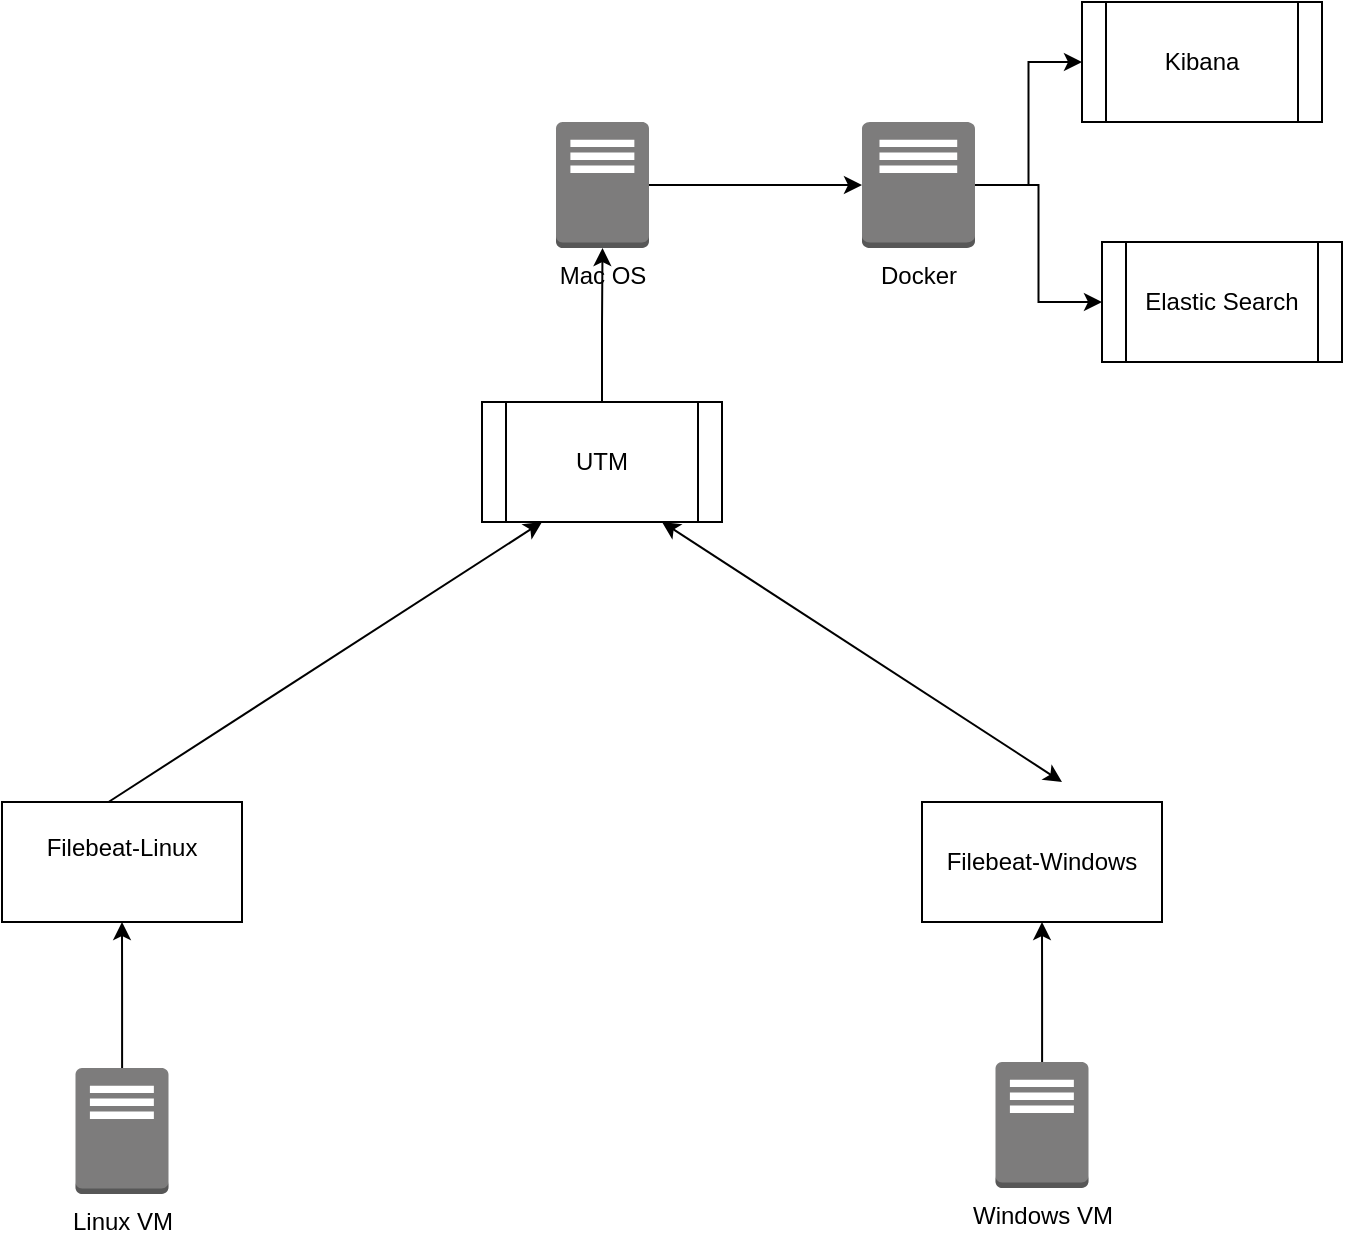
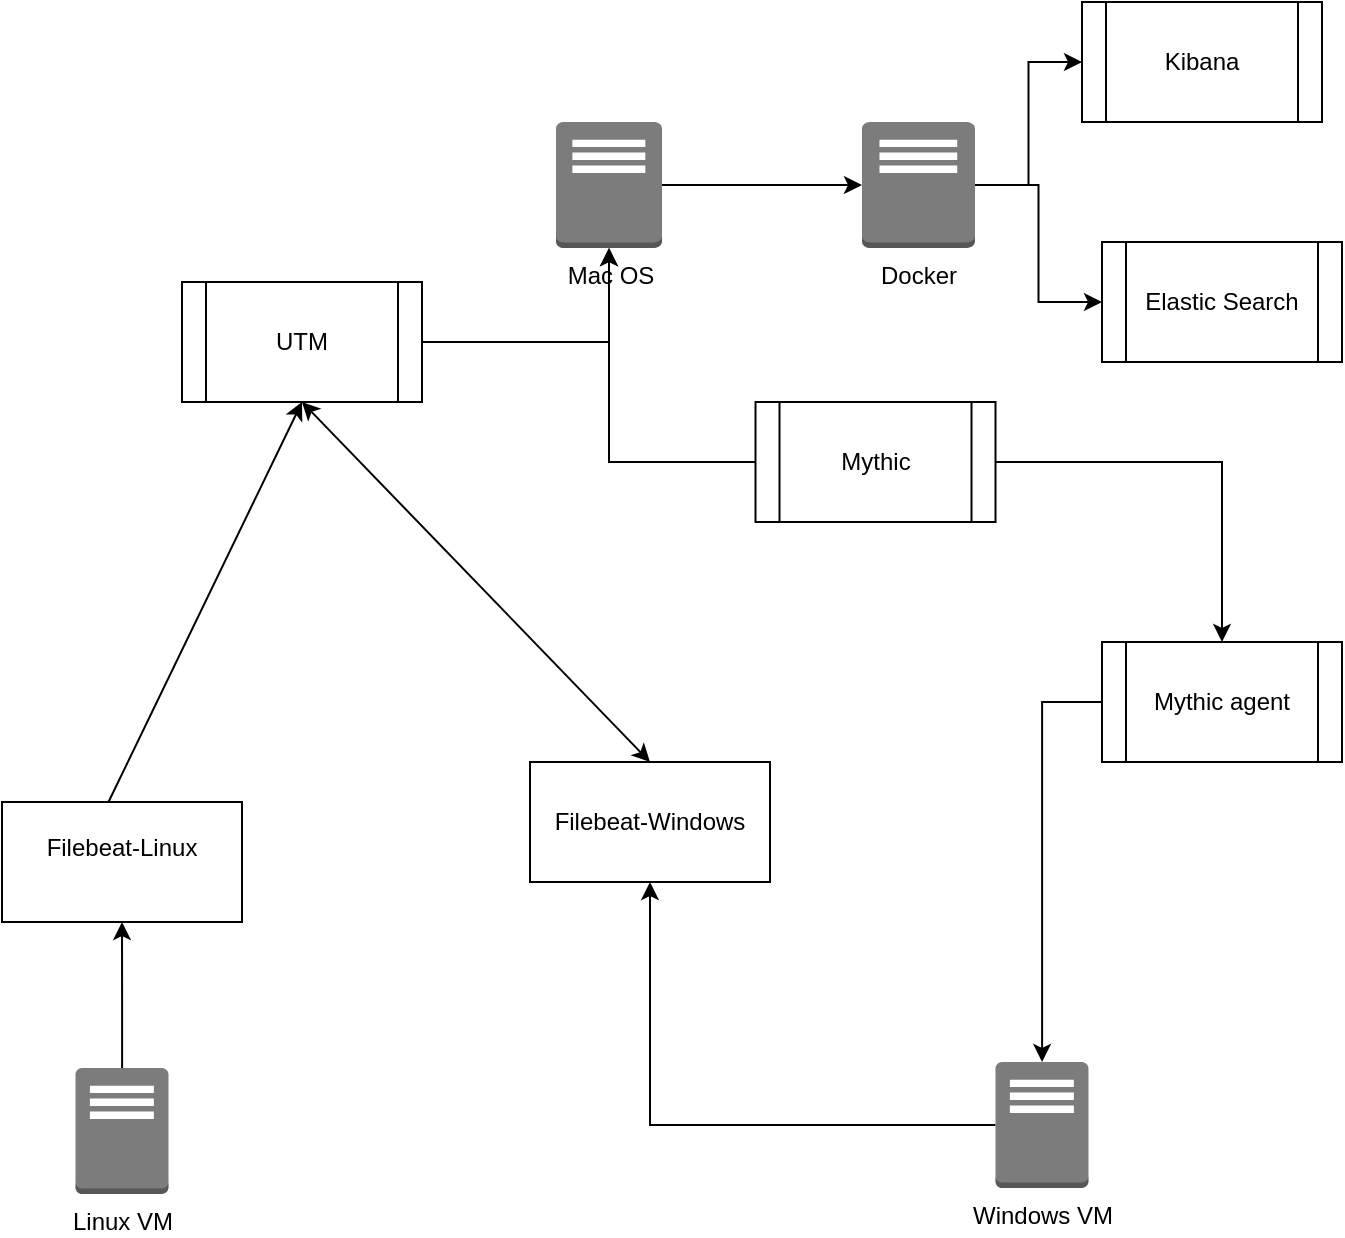
<mxfile host="app.diagrams.net">
  <diagram name="Page-1" id="HzhT8MkgoTVQxh3Czj3w">
-     <mxGraphModel dx="964" dy="667" grid="1" gridSize="10" guides="1" tooltips="1" connect="1" arrows="1" fold="1" page="1" pageScale="1" pageWidth="827" pageHeight="1169" math="0" shadow="0">
+     <mxGraphModel dx="1134" dy="785" grid="1" gridSize="10" guides="1" tooltips="1" connect="1" arrows="1" fold="1" page="1" pageScale="1" pageWidth="827" pageHeight="1169" math="0" shadow="0">
      <root>
        <mxCell id="0" />
        <mxCell id="1" parent="0" />
        <mxCell id="Hps_nKrpIKnFsHQ7Uz57-21" edge="1" parent="1" source="Hps_nKrpIKnFsHQ7Uz57-1" style="edgeStyle=orthogonalEdgeStyle;rounded=0;orthogonalLoop=1;jettySize=auto;html=1;" target="Hps_nKrpIKnFsHQ7Uz57-17" value="">
          <mxGeometry relative="1" as="geometry" />
        </mxCell>
        <mxCell id="Hps_nKrpIKnFsHQ7Uz57-1" parent="1" style="outlineConnect=0;dashed=0;verticalLabelPosition=bottom;verticalAlign=top;align=center;html=1;shape=mxgraph.aws3.traditional_server;fillColor=#7D7C7C;gradientColor=none;" value="Mac OS&lt;div&gt;&lt;br&gt;&lt;/div&gt;" vertex="1">
-           <mxGeometry height="63" width="46.5" x="367" y="80" as="geometry" />
+           <mxGeometry height="63" width="53" x="367" y="80" as="geometry" />
        </mxCell>
-         <mxCell id="Hps_nKrpIKnFsHQ7Uz57-5" edge="1" parent="1" style="endArrow=classic;html=1;rounded=0;exitX=0.5;exitY=0;exitDx=0;exitDy=0;exitPerimeter=0;" value="">
+         <mxCell id="Hps_nKrpIKnFsHQ7Uz57-5" edge="1" parent="1" style="endArrow=classic;html=1;rounded=0;exitX=0.5;exitY=0;exitDx=0;exitDy=0;exitPerimeter=0;entryX=0.5;entryY=1;entryDx=0;entryDy=0;" target="Hps_nKrpIKnFsHQ7Uz57-15" value="">
          <mxGeometry height="50" relative="1" width="50" as="geometry">
            <mxPoint x="143.25" y="420" as="sourcePoint" />
            <mxPoint x="360" y="280" as="targetPoint" />
          </mxGeometry>
        </mxCell>
        <mxCell id="Hps_nKrpIKnFsHQ7Uz57-6" parent="1" style="rounded=0;whiteSpace=wrap;html=1;" value="Filebeat-Linux&lt;div&gt;&lt;br&gt;&lt;/div&gt;" vertex="1">
          <mxGeometry height="60" width="120" x="90" y="420" as="geometry" />
        </mxCell>
        <mxCell id="Hps_nKrpIKnFsHQ7Uz57-8" edge="1" parent="1" source="Hps_nKrpIKnFsHQ7Uz57-7" style="edgeStyle=orthogonalEdgeStyle;rounded=0;orthogonalLoop=1;jettySize=auto;html=1;" target="Hps_nKrpIKnFsHQ7Uz57-6" value="">
          <mxGeometry relative="1" as="geometry" />
        </mxCell>
        <mxCell id="Hps_nKrpIKnFsHQ7Uz57-7" parent="1" style="outlineConnect=0;dashed=0;verticalLabelPosition=bottom;verticalAlign=top;align=center;html=1;shape=mxgraph.aws3.traditional_server;fillColor=#7D7C7C;gradientColor=none;" value="Linux VM" vertex="1">
          <mxGeometry height="63" width="46.5" x="126.75" y="553" as="geometry" />
        </mxCell>
        <mxCell id="Hps_nKrpIKnFsHQ7Uz57-9" parent="1" style="rounded=0;whiteSpace=wrap;html=1;" value="Filebeat-Windows" vertex="1">
-           <mxGeometry height="60" width="120" x="550" y="420" as="geometry" />
+           <mxGeometry height="60" width="120" x="354" y="400" as="geometry" />
        </mxCell>
-         <mxCell id="Hps_nKrpIKnFsHQ7Uz57-12" edge="1" parent="1" style="endArrow=classic;startArrow=classic;html=1;rounded=0;" value="">
+         <mxCell id="Hps_nKrpIKnFsHQ7Uz57-12" edge="1" parent="1" source="Hps_nKrpIKnFsHQ7Uz57-15" style="endArrow=classic;startArrow=classic;html=1;rounded=0;entryX=0.5;entryY=0;entryDx=0;entryDy=0;exitX=0.5;exitY=1;exitDx=0;exitDy=0;" target="Hps_nKrpIKnFsHQ7Uz57-9" value="">
          <mxGeometry height="50" relative="1" width="50" as="geometry">
            <mxPoint x="420" y="280" as="sourcePoint" />
            <mxPoint x="620" y="410" as="targetPoint" />
          </mxGeometry>
        </mxCell>
        <mxCell id="Hps_nKrpIKnFsHQ7Uz57-14" edge="1" parent="1" source="Hps_nKrpIKnFsHQ7Uz57-13" style="edgeStyle=orthogonalEdgeStyle;rounded=0;orthogonalLoop=1;jettySize=auto;html=1;" target="Hps_nKrpIKnFsHQ7Uz57-9" value="">
          <mxGeometry relative="1" as="geometry" />
        </mxCell>
        <mxCell id="Hps_nKrpIKnFsHQ7Uz57-13" parent="1" style="outlineConnect=0;dashed=0;verticalLabelPosition=bottom;verticalAlign=top;align=center;html=1;shape=mxgraph.aws3.traditional_server;fillColor=#7D7C7C;gradientColor=none;" value="Windows VM" vertex="1">
          <mxGeometry height="63" width="46.5" x="586.75" y="550" as="geometry" />
        </mxCell>
        <mxCell id="Hps_nKrpIKnFsHQ7Uz57-16" edge="1" parent="1" source="Hps_nKrpIKnFsHQ7Uz57-15" style="edgeStyle=orthogonalEdgeStyle;rounded=0;orthogonalLoop=1;jettySize=auto;html=1;" target="Hps_nKrpIKnFsHQ7Uz57-1" value="">
          <mxGeometry relative="1" as="geometry" />
        </mxCell>
        <mxCell id="Hps_nKrpIKnFsHQ7Uz57-15" parent="1" style="shape=process;whiteSpace=wrap;html=1;backgroundOutline=1;" value="UTM" vertex="1">
-           <mxGeometry height="60" width="120" x="330" y="220" as="geometry" />
+           <mxGeometry height="60" width="120" x="180" y="160" as="geometry" />
        </mxCell>
        <mxCell id="Hps_nKrpIKnFsHQ7Uz57-23" edge="1" parent="1" source="Hps_nKrpIKnFsHQ7Uz57-17" style="edgeStyle=orthogonalEdgeStyle;rounded=0;orthogonalLoop=1;jettySize=auto;html=1;" target="Hps_nKrpIKnFsHQ7Uz57-22" value="">
          <mxGeometry relative="1" as="geometry" />
        </mxCell>
        <mxCell id="Hps_nKrpIKnFsHQ7Uz57-25" edge="1" parent="1" source="Hps_nKrpIKnFsHQ7Uz57-17" style="edgeStyle=orthogonalEdgeStyle;rounded=0;orthogonalLoop=1;jettySize=auto;html=1;" target="Hps_nKrpIKnFsHQ7Uz57-24" value="">
          <mxGeometry relative="1" as="geometry" />
        </mxCell>
        <mxCell id="Hps_nKrpIKnFsHQ7Uz57-17" parent="1" style="outlineConnect=0;dashed=0;verticalLabelPosition=bottom;verticalAlign=top;align=center;html=1;shape=mxgraph.aws3.traditional_server;fillColor=#7D7C7C;gradientColor=none;" value="Docker" vertex="1">
          <mxGeometry height="63" width="56.5" x="520" y="80" as="geometry" />
        </mxCell>
        <mxCell id="Hps_nKrpIKnFsHQ7Uz57-22" parent="1" style="shape=process;whiteSpace=wrap;html=1;backgroundOutline=1;" value="Kibana" vertex="1">
          <mxGeometry height="60" width="120" x="630" y="20" as="geometry" />
        </mxCell>
        <mxCell id="Hps_nKrpIKnFsHQ7Uz57-24" parent="1" style="shape=process;whiteSpace=wrap;html=1;backgroundOutline=1;" value="Elastic Search" vertex="1">
          <mxGeometry height="60" width="120" x="640" y="140" as="geometry" />
        </mxCell>
+         <mxCell id="VJ4IfQTRqQIq83Q7A5Db-3" edge="1" parent="1" source="VJ4IfQTRqQIq83Q7A5Db-2" style="edgeStyle=orthogonalEdgeStyle;rounded=0;orthogonalLoop=1;jettySize=auto;html=1;" target="Hps_nKrpIKnFsHQ7Uz57-13" value="">
+           <mxGeometry relative="1" as="geometry" />
+         </mxCell>
+         <mxCell id="VJ4IfQTRqQIq83Q7A5Db-2" parent="1" style="shape=process;whiteSpace=wrap;html=1;backgroundOutline=1;" value="Mythic agent" vertex="1">
+           <mxGeometry height="60" width="120" x="640" y="340" as="geometry" />
+         </mxCell>
+         <mxCell id="VJ4IfQTRqQIq83Q7A5Db-7" edge="1" parent="1" source="VJ4IfQTRqQIq83Q7A5Db-4" style="edgeStyle=orthogonalEdgeStyle;rounded=0;orthogonalLoop=1;jettySize=auto;html=1;" target="Hps_nKrpIKnFsHQ7Uz57-1" value="">
+           <mxGeometry relative="1" as="geometry" />
+         </mxCell>
+         <mxCell id="VJ4IfQTRqQIq83Q7A5Db-8" edge="1" parent="1" source="VJ4IfQTRqQIq83Q7A5Db-4" style="edgeStyle=orthogonalEdgeStyle;rounded=0;orthogonalLoop=1;jettySize=auto;html=1;" target="VJ4IfQTRqQIq83Q7A5Db-2" value="">
+           <mxGeometry relative="1" as="geometry" />
+         </mxCell>
+         <mxCell id="VJ4IfQTRqQIq83Q7A5Db-4" parent="1" style="shape=process;whiteSpace=wrap;html=1;backgroundOutline=1;" value="Mythic" vertex="1">
+           <mxGeometry height="60" width="120" x="466.75" y="220" as="geometry" />
+         </mxCell>
      </root>
    </mxGraphModel>
  </diagram>
</mxfile>
